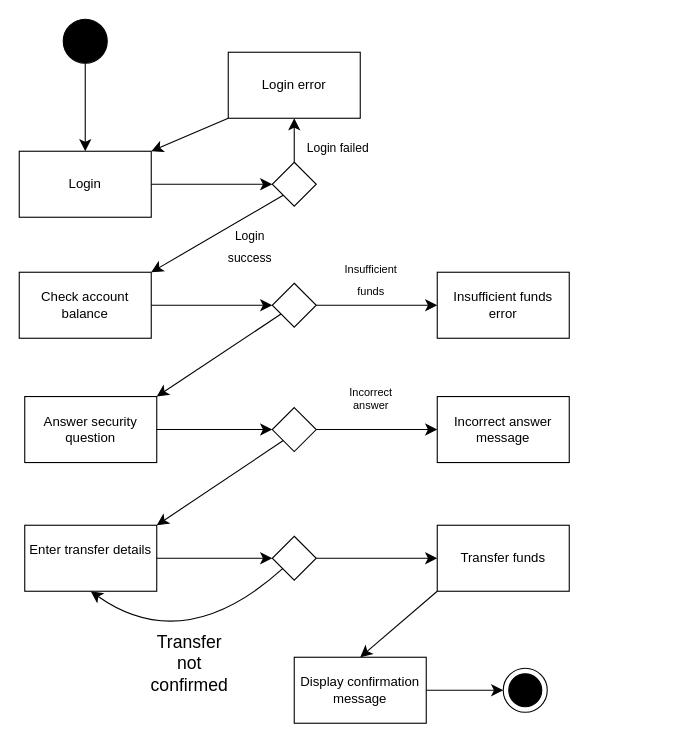
Above: SA_Task_3.drawio in wvanchurin/wvanchurin.github.io (draw.io), before the change. Source tidied: cells renumbered, new cells numbered last; positions are measured from the earlier drawing's top-left corner, leaving out a move shared by most shapes. Both pictures are drawn from the tidied source at 110%, with x=0, y=0 at pixel (19, 19).
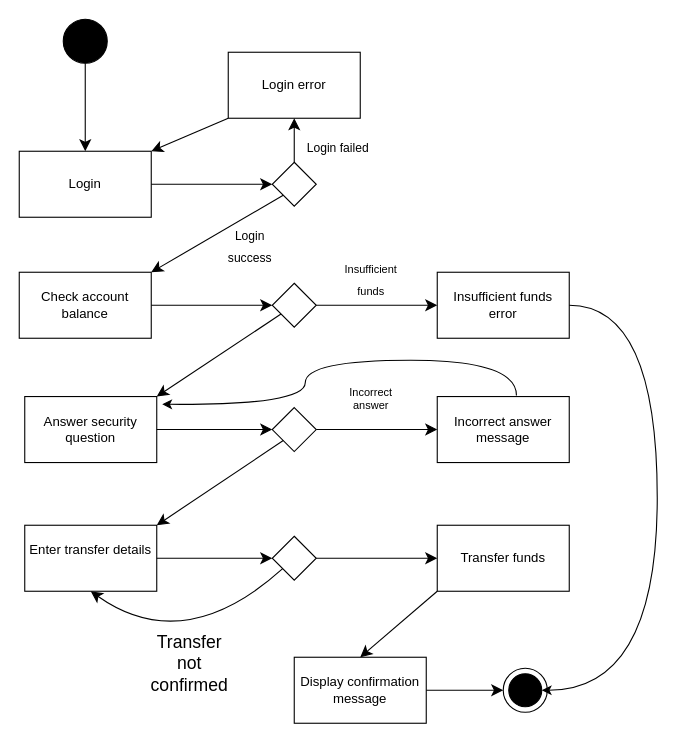
Above is the later version.

The change refers to these unchanged cells:
```xml
<mxCell id="16" value="Insufficient funds error" style="rounded=0;whiteSpace=wrap;html=1;" parent="1" vertex="1">
  <mxGeometry x="380" y="230" width="120" height="60" as="geometry" />
</mxCell>
<mxCell id="22" value="&lt;div&gt;Incorrect answer&lt;/div&gt;&lt;div&gt;message&lt;/div&gt;" style="rounded=0;whiteSpace=wrap;html=1;" parent="1" vertex="1">
  <mxGeometry x="380" y="343" width="120" height="60" as="geometry" />
</mxCell>
<mxCell id="37" style="ellipse;whiteSpace=wrap;html=1;fillStyle=solid;fillColor=#000000;" parent="1" vertex="1">
  <mxGeometry x="445" y="595" width="30" height="30" as="geometry" />
</mxCell>
```

Diff of the diagram source:
```diff
@@
+    <mxCell id="40" style="endArrow=classic;html=1;rounded=0;entryX=1;entryY=0.5;entryDx=0;entryDy=0;exitX=1;exitY=0.5;exitDx=0;exitDy=0;edgeStyle=orthogonalEdgeStyle;curved=1;" parent="1" edge="1" source="16" target="37">
+      <mxGeometry relative="1" as="geometry">
+        <Array as="points">
+          <mxPoint x="580" y="260" />
+          <mxPoint x="580" y="610" />
+        </Array>
+      </mxGeometry>
+    </mxCell>
+    <mxCell id="41" style="endArrow=classic;html=1;rounded=0;edgeStyle=orthogonalEdgeStyle;curved=1;exitX=0.6;exitY=-0.017;exitDx=0;exitDy=0;exitPerimeter=0;" parent="1" edge="1" source="22">
+      <mxGeometry relative="1" as="geometry">
+        <mxPoint x="130" y="350" as="targetPoint" />
+        <Array as="points">
+          <mxPoint x="452" y="310" />
+          <mxPoint x="260" y="310" />
+          <mxPoint x="260" y="351" />
+        </Array>
+      </mxGeometry>
+    </mxCell>
```
